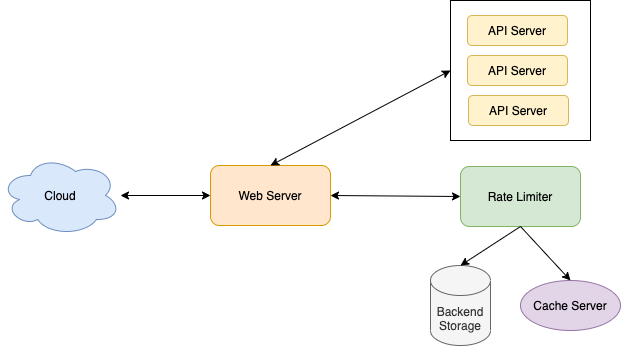
Anshul619/HLD-System-Designs keeps this draw.io diagram as src/RateLimiterAPI/HLD - RateLimiter.drawio.png. Above is the earlier version. Source tidied: cells renumbered, new cells last; positions are measured from the earlier drawing's top-left corner, leaving out a move shared by most shapes.
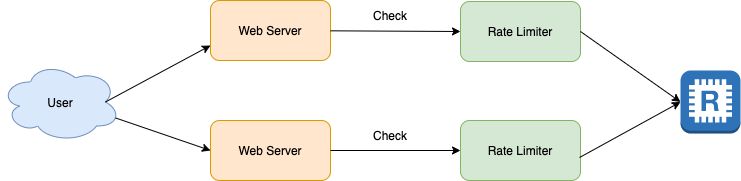
The same diagram one commit later.

Diff of the diagram source:
```diff
@@ -2,47 +2,47 @@
   <root>
     <mxCell id="0" />
     <mxCell id="1" parent="0" />
-    <mxCell id="2" style="whiteSpace=wrap;html=1;" parent="1" vertex="1">
-      <mxGeometry x="450" width="140" height="140" as="geometry" />
-    </mxCell>
-    <mxCell id="3" value="Cloud" style="ellipse;shape=cloud;whiteSpace=wrap;html=1;fillColor=#dae8fc;strokeColor=#6c8ebf;" parent="1" vertex="1">
-      <mxGeometry y="155" width="120" height="80" as="geometry" />
+    <mxCell id="3" value="User" style="ellipse;shape=cloud;whiteSpace=wrap;html=1;fillColor=#dae8fc;strokeColor=#6c8ebf;" parent="1" vertex="1">
+      <mxGeometry y="226.5" width="120" height="80" as="geometry" />
     </mxCell>
     <mxCell id="4" value="Web Server" style="rounded=1;whiteSpace=wrap;html=1;fillColor=#ffe6cc;strokeColor=#d79b00;" parent="1" vertex="1">
       <mxGeometry x="210" y="165" width="120" height="60" as="geometry" />
     </mxCell>
+    <mxCell id="6" value="Rate Limiter" style="rounded=1;whiteSpace=wrap;html=1;fillColor=#d5e8d4;strokeColor=#82b366;" parent="1" vertex="1">
+      <mxGeometry x="460" y="166" width="120" height="60" as="geometry" />
+    </mxCell>
+    <mxCell id="16" style="outlineConnect=0;dashed=0;verticalLabelPosition=bottom;verticalAlign=top;align=center;html=1;shape=mxgraph.aws3.redis;fillColor=#2E73B8;gradientColor=none;" parent="1" vertex="1">
+      <mxGeometry x="680" y="235" width="60" height="63" as="geometry" />
+    </mxCell>
+    <mxCell id="17" value="Web Server" style="rounded=1;whiteSpace=wrap;html=1;fillColor=#ffe6cc;strokeColor=#d79b00;" parent="1" vertex="1">
+      <mxGeometry x="210" y="285" width="120" height="60" as="geometry" />
+    </mxCell>
+    <mxCell id="18" value="Rate Limiter" style="rounded=1;whiteSpace=wrap;html=1;fillColor=#d5e8d4;strokeColor=#82b366;" parent="1" vertex="1">
+      <mxGeometry x="460" y="285" width="120" height="60" as="geometry" />
+    </mxCell>
-    <mxCell id="5" style="endArrow=classic;startArrow=classic;html=1;rounded=0;" parent="1" edge="1" source="3" target="4">
+    <mxCell id="5" style="endArrow=classic;html=1;rounded=0;exitX=0.875;exitY=0.5;exitDx=0;exitDy=0;exitPerimeter=0;entryX=0;entryY=0.75;entryDx=0;entryDy=0;" parent="1" edge="1" source="3" target="4">
       <mxGeometry relative="1" as="geometry" />
     </mxCell>
-    <mxCell id="6" value="Rate Limiter" style="rounded=1;whiteSpace=wrap;html=1;fillColor=#d5e8d4;strokeColor=#82b366;" parent="1" vertex="1">
-      <mxGeometry x="460" y="166" width="120" height="60" as="geometry" />
-    </mxCell>
+    <mxCell id="19" style="endArrow=classic;html=1;rounded=0;exitX=0.96;exitY=0.7;exitDx=0;exitDy=0;exitPerimeter=0;entryX=0;entryY=0.5;entryDx=0;entryDy=0;" parent="1" edge="1" source="3" target="17">
+      <mxGeometry relative="1" as="geometry" />
+    </mxCell>
+    <mxCell id="20" style="endArrow=classic;html=1;rounded=0;exitX=0.992;exitY=0.617;exitDx=0;exitDy=0;exitPerimeter=0;entryX=0;entryY=0.5;entryDx=0;entryDy=0;entryPerimeter=0;" parent="1" edge="1" source="18" target="16">
+      <mxGeometry relative="1" as="geometry" />
+    </mxCell>
+    <mxCell id="21" style="endArrow=classic;html=1;rounded=0;exitX=1;exitY=0.5;exitDx=0;exitDy=0;entryX=0;entryY=0.5;entryDx=0;entryDy=0;entryPerimeter=0;" parent="1" edge="1" source="6" target="16">
+      <mxGeometry relative="1" as="geometry" />
+    </mxCell>
-    <mxCell id="7" style="endArrow=classic;startArrow=classic;html=1;rounded=0;entryX=0;entryY=0.5;entryDx=0;entryDy=0;exitX=1;exitY=0.5;exitDx=0;exitDy=0;" parent="1" edge="1" source="4" target="6">
+    <mxCell id="7" style="endArrow=classic;html=1;rounded=0;entryX=0;entryY=0.5;entryDx=0;entryDy=0;" parent="1" edge="1" source="4" target="6">
       <mxGeometry relative="1" as="geometry" />
     </mxCell>
-    <mxCell id="8" value="API Server" style="rounded=1;whiteSpace=wrap;html=1;fillColor=#fff2cc;strokeColor=#d6b656;" parent="1" vertex="1">
-      <mxGeometry x="467" y="15" width="100" height="30" as="geometry" />
-    </mxCell>
-    <mxCell id="9" value="API Server" style="rounded=1;whiteSpace=wrap;html=1;fillColor=#fff2cc;strokeColor=#d6b656;" parent="1" vertex="1">
-      <mxGeometry x="467" y="55" width="100" height="30" as="geometry" />
-    </mxCell>
-    <mxCell id="10" value="API Server" style="rounded=1;whiteSpace=wrap;html=1;fillColor=#fff2cc;strokeColor=#d6b656;" parent="1" vertex="1">
-      <mxGeometry x="468" y="95" width="100" height="30" as="geometry" />
-    </mxCell>
-    <mxCell id="11" style="endArrow=classic;startArrow=classic;html=1;rounded=0;entryX=0;entryY=0.5;entryDx=0;entryDy=0;exitX=0.5;exitY=0;exitDx=0;exitDy=0;" parent="1" edge="1" source="4" target="2">
-      <mxGeometry relative="1" as="geometry" />
-    </mxCell>
-    <mxCell id="12" value="Backend Storage" style="shape=cylinder3;whiteSpace=wrap;html=1;boundedLbl=1;backgroundOutline=1;size=15;fillColor=#f5f5f5;fontColor=#333333;strokeColor=#666666;" parent="1" vertex="1">
-      <mxGeometry x="430" y="265" width="60" height="80" as="geometry" />
-    </mxCell>
-    <mxCell id="13" value="Cache Server" style="ellipse;whiteSpace=wrap;html=1;fillColor=#e1d5e7;strokeColor=#9673a6;" parent="1" vertex="1">
-      <mxGeometry x="520" y="280" width="100" height="50" as="geometry" />
-    </mxCell>
-    <mxCell id="14" style="endArrow=classic;html=1;rounded=0;exitX=0.5;exitY=1;exitDx=0;exitDy=0;entryX=0.5;entryY=0;entryDx=0;entryDy=0;entryPerimeter=0;" parent="1" edge="1" source="6" target="12">
-      <mxGeometry relative="1" as="geometry" />
-    </mxCell>
-    <mxCell id="15" style="endArrow=classic;html=1;rounded=0;exitX=0.5;exitY=1;exitDx=0;exitDy=0;entryX=0.5;entryY=0;entryDx=0;entryDy=0;" parent="1" edge="1" source="6" target="13">
-      <mxGeometry relative="1" as="geometry" />
-    </mxCell>
+    <mxCell id="22" style="endArrow=classic;html=1;rounded=0;exitX=1;exitY=0.5;exitDx=0;exitDy=0;entryX=0;entryY=0.5;entryDx=0;entryDy=0;" parent="1" edge="1" source="17" target="18">
+      <mxGeometry relative="1" as="geometry" />
+    </mxCell>
+    <mxCell id="23" value="Check" style="text;html=1;strokeColor=none;fillColor=none;align=center;verticalAlign=middle;whiteSpace=wrap;rounded=0;" parent="1" vertex="1">
+      <mxGeometry x="360" y="165" width="60" height="30" as="geometry" />
+    </mxCell>
+    <mxCell id="24" value="Check" style="text;html=1;strokeColor=none;fillColor=none;align=center;verticalAlign=middle;whiteSpace=wrap;rounded=0;" parent="1" vertex="1">
+      <mxGeometry x="360" y="285" width="60" height="30" as="geometry" />
+    </mxCell>
   </root>
 </mxGraphModel>
```
